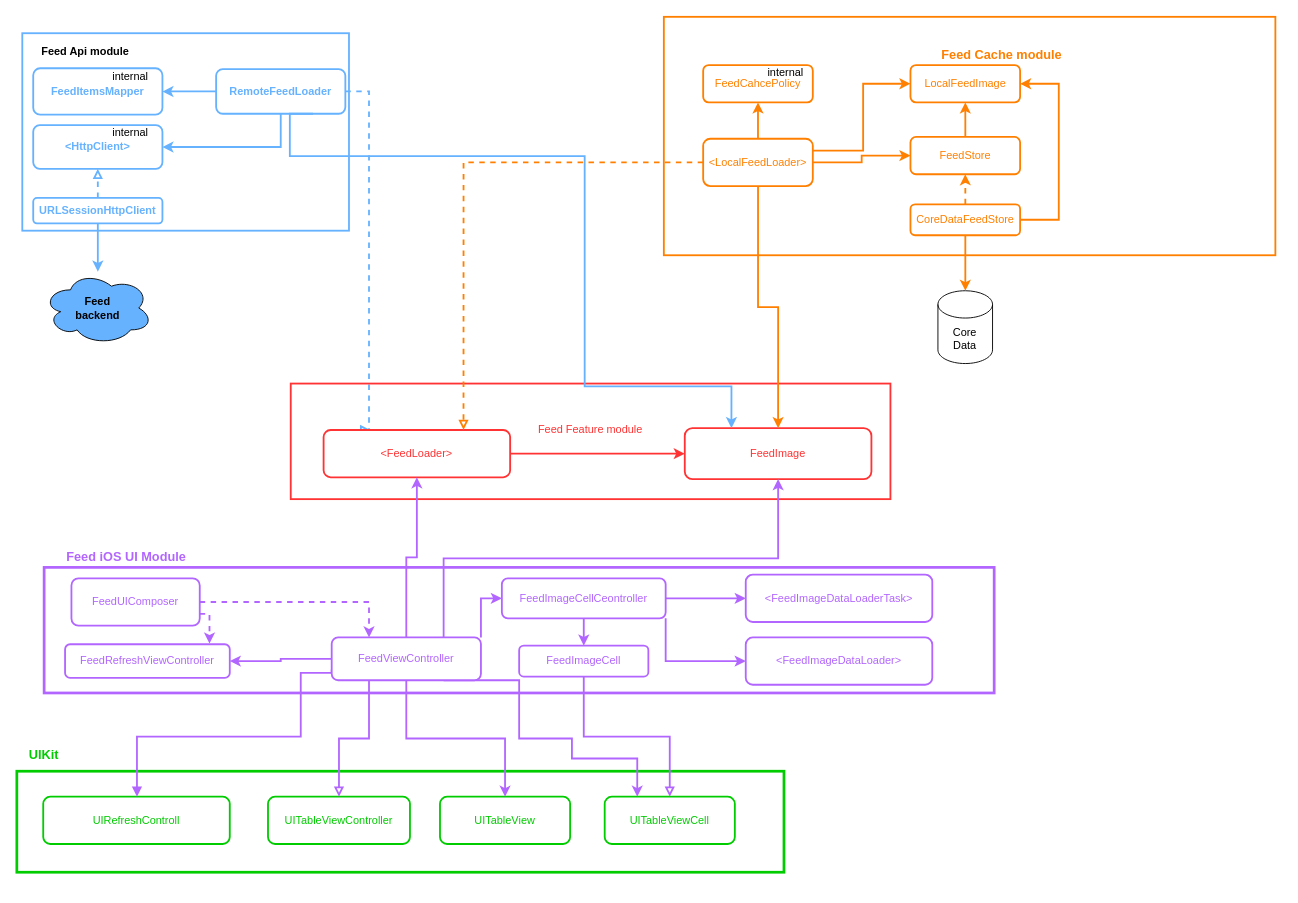
The draw.io diagram FeedAppDiagram.drawio in ispiryan/FeedApp, before the edit. Source tidied: cells renumbered, new cells numbered last; positions are measured from the earlier drawing's top-left corner, leaving out a move shared by most shapes. Both pictures are drawn from the tidied source at 91%, with x=0, y=0 at pixel (16, 16).
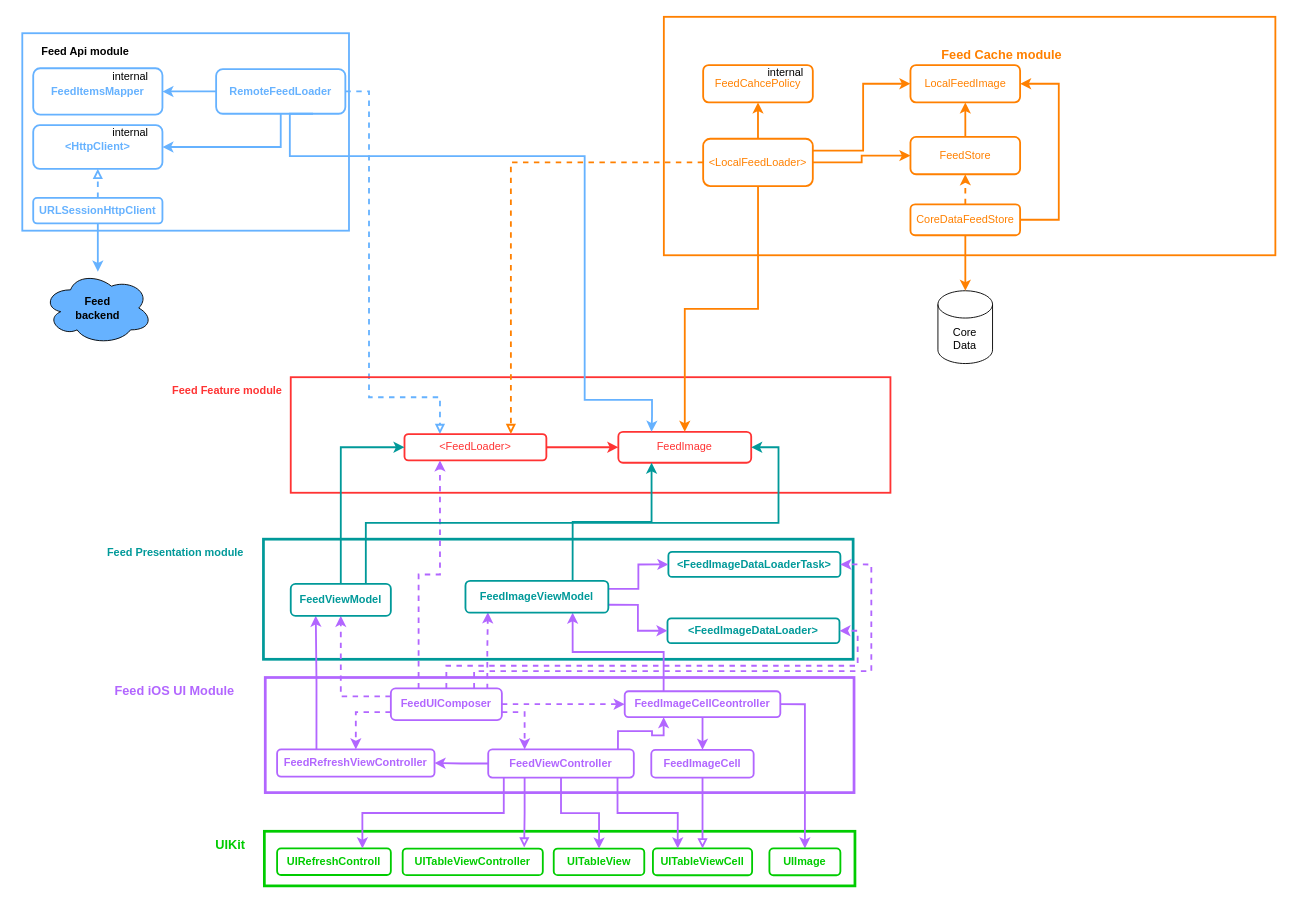
After the change.

Unchanged cells that the change refers to:
```xml
<mxCell id="7" value="RemoteFeedLoader" style="rounded=1;whiteSpace=wrap;html=1;strokeColor=#66B2FF;strokeWidth=2;fillColor=none;fontColor=#66B2FF;fontStyle=1;" parent="1" vertex="1">
  <mxGeometry x="219" y="57.5" width="142" height="49" as="geometry" />
</mxCell>
```

The edit, as a diff of the source:
```diff
@@
+    <mxCell id="72" style="rounded=0;whiteSpace=wrap;html=1;strokeColor=#009999;fontColor=#B266FF;fillColor=none;strokeWidth=3;" parent="1" vertex="1">
+      <mxGeometry x="271" y="574" width="648" height="132" as="geometry" />
+    </mxCell>
     <mxCell id="2" style="rounded=0;whiteSpace=wrap;html=1;strokeColor=#00CC00;strokeWidth=3;fontSize=14;fontColor=#00CC00;fillColor=none;" parent="1" vertex="1">
-      <mxGeometry y="829" width="843" height="111" as="geometry" />
+      <mxGeometry x="272" y="895" width="649" height="60" as="geometry" />
     </mxCell>
@@
-    <mxCell id="4" style="edgeStyle=orthogonalEdgeStyle;rounded=0;jettySize=auto;html=1;entryX=0.25;entryY=0;entryDx=0;entryDy=0;dashed=1;strokeWidth=2;strokeColor=#66B2FF;endArrow=block;endFill=0;fillColor=#f8cecc;" parent="1" edge="1" source="7" target="17">
+    <mxCell id="4" style="edgeStyle=orthogonalEdgeStyle;rounded=0;jettySize=auto;html=1;dashed=1;strokeWidth=2;strokeColor=#66B2FF;endArrow=block;endFill=0;fillColor=#f8cecc;entryX=0.25;entryY=0;entryDx=0;entryDy=0;" parent="1" edge="1" source="7" target="17">
       <mxGeometry relative="1" as="geometry">
         <Array as="points">
           <mxPoint x="387" y="82" />
+          <mxPoint x="387" y="418" />
+          <mxPoint x="465" y="418" />
         </Array>
       </mxGeometry>
     </mxCell>
@@
     <mxCell id="15" style="group;" parent="1" vertex="1">
-      <mxGeometry x="301" y="403" width="659" height="127" as="geometry" />
+      <mxGeometry x="301" y="396" width="659" height="127" as="geometry" />
     </mxCell>
@@
     <mxCell id="17" value="&amp;lt;FeedLoader&amp;gt;" style="rounded=1;whiteSpace=wrap;html=1;fontColor=#FF3333;strokeColor=#FF3333;strokeWidth=2;" parent="15" vertex="1">
-      <mxGeometry x="36.1" y="51" width="205" height="52" as="geometry" />
+      <mxGeometry x="125" y="62.5" width="155.9" height="29" as="geometry" />
     </mxCell>
     <mxCell id="18" value="FeedImage" style="rounded=1;whiteSpace=wrap;html=1;fontColor=#FF3333;strokeColor=#FF3333;strokeWidth=2;" parent="15" vertex="1">
-      <mxGeometry x="433" y="49" width="205.1" height="56" as="geometry" />
+      <mxGeometry x="360" y="60" width="146" height="34" as="geometry" />
     </mxCell>
@@
-    <mxCell id="20" value="Feed Feature module" style="text;html=1;strokeColor=none;fillColor=none;align=center;verticalAlign=middle;whiteSpace=wrap;rounded=0;fontColor=#FF3333;" parent="15" vertex="1">
-      <mxGeometry x="259.9" y="36" width="139.3" height="30" as="geometry" />
-    </mxCell>
@@
     <mxCell id="42" style="edgeStyle=orthogonalEdgeStyle;rounded=0;jettySize=auto;html=1;strokeWidth=2;strokeColor=#66B2FF;exitX=0.75;exitY=1;exitDx=0;exitDy=0;entryX=0.25;entryY=0;entryDx=0;entryDy=0;" parent="1" edge="1" source="7" target="18">
       <mxGeometry relative="1" as="geometry">
         <Array as="points">
           <mxPoint x="300" y="107" />
           <mxPoint x="300" y="153" />
           <mxPoint x="624" y="153" />
-          <mxPoint x="624" y="406" />
-          <mxPoint x="785" y="406" />
+          <mxPoint x="624" y="421" />
+          <mxPoint x="698" y="421" />
+          <mxPoint x="698" y="439" />
         </Array>
       </mxGeometry>
     </mxCell>
@@
-    <mxCell id="44" style="edgeStyle=orthogonalEdgeStyle;rounded=0;jettySize=auto;html=1;strokeColor=#B266FF;strokeWidth=2;fontColor=#B266FF;endArrow=classic;endFill=1;" parent="1" edge="1" source="61" target="17">
-      <mxGeometry relative="1" as="geometry" />
-    </mxCell>
-    <mxCell id="45" style="edgeStyle=orthogonalEdgeStyle;rounded=0;jettySize=auto;html=1;exitX=0.75;exitY=0;exitDx=0;exitDy=0;strokeColor=#B266FF;strokeWidth=2;fontColor=#B266FF;endArrow=classic;endFill=1;" parent="1" edge="1" source="61" target="18">
-      <mxGeometry relative="1" as="geometry" />
-    </mxCell>
-    <mxCell id="46" value="UIRefreshControll" style="rounded=1;whiteSpace=wrap;html=1;fontColor=#00CC00;strokeColor=#00CC00;strokeWidth=2;" parent="1" vertex="1">
-      <mxGeometry x="29" y="857" width="205" height="52" as="geometry" />
+    <mxCell id="46" value="UIRefreshControll" style="rounded=1;whiteSpace=wrap;html=1;fontColor=#00CC00;strokeColor=#00CC00;strokeWidth=2;fontStyle=1;" parent="1" vertex="1">
+      <mxGeometry x="286" y="913.8" width="125" height="29.2" as="geometry" />
     </mxCell>
-    <mxCell id="47" value="UITableViewController" style="rounded=1;whiteSpace=wrap;html=1;fontColor=#00CC00;strokeColor=#00CC00;strokeWidth=2;" parent="1" vertex="1">
-      <mxGeometry x="276" y="857" width="156" height="52" as="geometry" />
+    <mxCell id="47" value="UITableViewController" style="rounded=1;whiteSpace=wrap;html=1;fontColor=#00CC00;strokeColor=#00CC00;strokeWidth=2;fontStyle=1;" parent="1" vertex="1">
+      <mxGeometry x="424" y="914" width="154" height="29.2" as="geometry" />
     </mxCell>
-    <mxCell id="48" value="UITableView" style="rounded=1;whiteSpace=wrap;html=1;fontColor=#00CC00;strokeColor=#00CC00;strokeWidth=2;" parent="1" vertex="1">
-      <mxGeometry x="465" y="857" width="143" height="52" as="geometry" />
+    <mxCell id="48" value="UITableView" style="rounded=1;whiteSpace=wrap;html=1;fontColor=#00CC00;strokeColor=#00CC00;strokeWidth=2;fontStyle=1;" parent="1" vertex="1">
+      <mxGeometry x="590" y="914" width="99.5" height="29.2" as="geometry" />
     </mxCell>
-    <mxCell id="49" value="UITableViewCell" style="rounded=1;whiteSpace=wrap;html=1;fontColor=#00CC00;strokeColor=#00CC00;strokeWidth=2;" parent="1" vertex="1">
-      <mxGeometry x="646" y="857" width="143" height="52" as="geometry" />
+    <mxCell id="49" value="UITableViewCell" style="rounded=1;whiteSpace=wrap;html=1;fontColor=#00CC00;strokeColor=#00CC00;strokeWidth=2;fontStyle=1;" parent="1" vertex="1">
+      <mxGeometry x="699" y="913.8" width="109" height="29.5" as="geometry" />
     </mxCell>
@@
-    <mxCell id="52" style="edgeStyle=orthogonalEdgeStyle;rounded=0;jettySize=auto;html=1;exitX=0.25;exitY=1;exitDx=0;exitDy=0;strokeColor=#B266FF;strokeWidth=2;fontSize=14;fontColor=#00CC00;endArrow=block;endFill=0;" parent="1" edge="1" source="61" target="47">
+    <mxCell id="52" style="edgeStyle=orthogonalEdgeStyle;rounded=0;jettySize=auto;html=1;exitX=0.25;exitY=1;exitDx=0;exitDy=0;strokeColor=#B266FF;strokeWidth=2;fontSize=14;fontColor=#00CC00;endArrow=block;endFill=0;entryX=0.867;entryY=-0.041;entryDx=0;entryDy=0;entryPerimeter=0;" parent="1" edge="1" source="61" target="47">
       <mxGeometry relative="1" as="geometry" />
     </mxCell>
-    <mxCell id="53" style="edgeStyle=orthogonalEdgeStyle;rounded=0;jettySize=auto;html=1;exitX=0;exitY=0.75;exitDx=0;exitDy=0;strokeColor=#B266FF;strokeWidth=2;fontSize=14;fontColor=#00CC00;endArrow=block;endFill=1;" parent="1" edge="1" source="61" target="46">
-      <mxGeometry relative="1" as="geometry">
-        <Array as="points">
-          <mxPoint x="312" y="721" />
-          <mxPoint x="312" y="791" />
-          <mxPoint x="132" y="791" />
-        </Array>
-      </mxGeometry>
-    </mxCell>
     <mxCell id="54" value="UIKit" style="text;html=1;strokeColor=none;fillColor=none;align=center;verticalAlign=middle;whiteSpace=wrap;rounded=0;fontSize=14;fontColor=#00CC00;fontStyle=1;" parent="1" vertex="1">
-      <mxGeometry y="796" width="60" height="30" as="geometry" />
+      <mxGeometry x="205" y="895" width="60" height="30" as="geometry" />
     </mxCell>
     <mxCell id="55" style="rounded=0;whiteSpace=wrap;html=1;strokeColor=#B266FF;fontColor=#B266FF;fillColor=none;strokeWidth=3;" parent="1" vertex="1">
-      <mxGeometry x="30" y="605" width="1044" height="138" as="geometry" />
+      <mxGeometry x="273" y="726" width="647" height="126.5" as="geometry" />
     </mxCell>
-    <mxCell id="56" value="&lt;font&gt;&amp;lt;FeedImageDataLoaderTask&amp;gt;&lt;/font&gt;" style="rounded=1;whiteSpace=wrap;html=1;fontColor=#B266FF;strokeColor=#B266FF;strokeWidth=2;" parent="1" vertex="1">
-      <mxGeometry x="801" y="613" width="205" height="52" as="geometry" />
+    <mxCell id="56" value="&lt;font&gt;&amp;lt;FeedImageDataLoaderTask&amp;gt;&lt;/font&gt;" style="rounded=1;whiteSpace=wrap;html=1;fontColor=#009999;strokeColor=#009999;strokeWidth=2;fontStyle=1;" parent="1" vertex="1">
+      <mxGeometry x="716" y="588" width="189" height="27.5" as="geometry" />
     </mxCell>
-    <mxCell id="57" value="&lt;font&gt;&amp;lt;FeedImageDataLoader&amp;gt;&lt;/font&gt;" style="rounded=1;whiteSpace=wrap;html=1;fontColor=#B266FF;strokeColor=#B266FF;strokeWidth=2;" parent="1" vertex="1">
-      <mxGeometry x="801" y="682" width="205" height="52" as="geometry" />
+    <mxCell id="57" value="&lt;font&gt;&amp;lt;FeedImageDataLoader&amp;gt;&lt;/font&gt;" style="rounded=1;whiteSpace=wrap;html=1;fontColor=#009999;strokeColor=#009999;strokeWidth=2;fontStyle=1;" parent="1" vertex="1">
+      <mxGeometry x="715" y="661" width="189" height="27.2" as="geometry" />
     </mxCell>
-    <mxCell id="58" style="edgeStyle=orthogonalEdgeStyle;rounded=0;jettySize=auto;html=1;exitX=1;exitY=0;exitDx=0;exitDy=0;entryX=0;entryY=0.5;entryDx=0;entryDy=0;strokeColor=#B266FF;strokeWidth=2;" parent="1" edge="1" source="61" target="71">
-      <mxGeometry relative="1" as="geometry" />
-    </mxCell>
@@
-    <mxCell id="60" style="edgeStyle=orthogonalEdgeStyle;rounded=0;jettySize=auto;html=1;strokeColor=#B266FF;strokeWidth=2;exitX=0.75;exitY=1;exitDx=0;exitDy=0;entryX=0.25;entryY=0;entryDx=0;entryDy=0;" parent="1" edge="1" source="61" target="49">
-      <mxGeometry relative="1" as="geometry">
-        <Array as="points">
-          <mxPoint x="552" y="729" />
-          <mxPoint x="552" y="793" />
-          <mxPoint x="610" y="793" />
-          <mxPoint x="610" y="815" />
-          <mxPoint x="682" y="815" />
-        </Array>
-      </mxGeometry>
+    <mxCell id="60" style="edgeStyle=orthogonalEdgeStyle;rounded=0;jettySize=auto;html=1;entryX=0.25;entryY=0;entryDx=0;entryDy=0;strokeColor=#B266FF;strokeWidth=2;exitX=0.888;exitY=1.016;exitDx=0;exitDy=0;exitPerimeter=0;" parent="1" edge="1" source="61" target="49">
+      <mxGeometry relative="1" as="geometry" />
     </mxCell>
+    <mxCell id="58" style="edgeStyle=orthogonalEdgeStyle;rounded=0;jettySize=auto;html=1;entryX=0.25;entryY=1;entryDx=0;entryDy=0;strokeColor=#B266FF;strokeWidth=2;exitX=0.891;exitY=0.005;exitDx=0;exitDy=0;exitPerimeter=0;" parent="1" edge="1" source="61" target="71">
+      <mxGeometry relative="1" as="geometry" />
+    </mxCell>
+    <mxCell id="53" style="edgeStyle=orthogonalEdgeStyle;rounded=0;jettySize=auto;html=1;entryX=0.75;entryY=0;entryDx=0;entryDy=0;strokeColor=#B266FF;strokeWidth=2;exitX=0.107;exitY=0.993;exitDx=0;exitDy=0;exitPerimeter=0;" parent="1" edge="1" source="61" target="46">
+      <mxGeometry relative="1" as="geometry" />
+    </mxCell>
-    <mxCell id="61" value="&lt;font&gt;FeedViewController&lt;/font&gt;" style="rounded=1;whiteSpace=wrap;html=1;fontColor=#B266FF;strokeColor=#B266FF;strokeWidth=2;" parent="1" vertex="1">
-      <mxGeometry x="346" y="682" width="164" height="47" as="geometry" />
+    <mxCell id="61" value="&lt;font&gt;FeedViewController&lt;/font&gt;" style="rounded=1;whiteSpace=wrap;html=1;fontColor=#B266FF;strokeColor=#B266FF;strokeWidth=2;fontStyle=1;" parent="1" vertex="1">
+      <mxGeometry x="518" y="805" width="160" height="31" as="geometry" />
     </mxCell>
-    <mxCell id="62" value="&lt;font&gt;FeedImageCell&lt;/font&gt;" style="rounded=1;whiteSpace=wrap;html=1;fontColor=#B266FF;strokeColor=#B266FF;strokeWidth=2;" parent="1" vertex="1">
-      <mxGeometry x="552" y="691" width="142" height="34" as="geometry" />
+    <mxCell id="62" value="&lt;font&gt;FeedImageCell&lt;/font&gt;" style="rounded=1;whiteSpace=wrap;html=1;fontColor=#B266FF;strokeColor=#B266FF;strokeWidth=2;fontStyle=1;" parent="1" vertex="1">
+      <mxGeometry x="697.2" y="805.5" width="112.5" height="30.5" as="geometry" />
     </mxCell>
     <mxCell id="63" value="Feed iOS UI Module" style="text;html=1;strokeColor=none;fillColor=none;align=center;verticalAlign=middle;whiteSpace=wrap;rounded=0;fontColor=#B266FF;fontStyle=1;fontSize=14;" parent="1" vertex="1">
-      <mxGeometry x="35" y="577.5" width="171" height="30" as="geometry" />
+      <mxGeometry x="88" y="726" width="171" height="30" as="geometry" />
     </mxCell>
-    <mxCell id="64" style="edgeStyle=orthogonalEdgeStyle;rounded=0;jettySize=auto;html=1;entryX=0.25;entryY=0;entryDx=0;entryDy=0;strokeColor=#B266FF;strokeWidth=2;dashed=1;" parent="1" edge="1" source="66" target="61">
+    <mxCell id="64" style="edgeStyle=orthogonalEdgeStyle;rounded=0;jettySize=auto;html=1;entryX=0.25;entryY=0;entryDx=0;entryDy=0;strokeColor=#B266FF;strokeWidth=2;dashed=1;exitX=1;exitY=0.75;exitDx=0;exitDy=0;" parent="1" edge="1" source="66" target="61">
       <mxGeometry relative="1" as="geometry" />
     </mxCell>
-    <mxCell id="65" style="edgeStyle=orthogonalEdgeStyle;rounded=0;jettySize=auto;html=1;exitX=1;exitY=0.75;exitDx=0;exitDy=0;entryX=0.877;entryY=-0.02;entryDx=0;entryDy=0;entryPerimeter=0;dashed=1;strokeColor=#B266FF;strokeWidth=2;" parent="1" edge="1" source="66" target="67">
+    <mxCell id="65" style="edgeStyle=orthogonalEdgeStyle;rounded=0;jettySize=auto;html=1;exitX=0;exitY=0.75;exitDx=0;exitDy=0;entryX=0.5;entryY=0;entryDx=0;entryDy=0;dashed=1;strokeColor=#B266FF;strokeWidth=2;" parent="1" edge="1" source="66" target="67">
       <mxGeometry relative="1" as="geometry" />
     </mxCell>
+    <mxCell id="73" style="edgeStyle=orthogonalEdgeStyle;rounded=0;jettySize=auto;html=1;entryX=0.157;entryY=0.988;entryDx=0;entryDy=0;strokeColor=#B266FF;strokeWidth=2;fontColor=#009999;dashed=1;exitX=0.869;exitY=0.029;exitDx=0;exitDy=0;exitPerimeter=0;entryPerimeter=0;" parent="1" edge="1" source="66" target="86">
+      <mxGeometry relative="1" as="geometry" />
+    </mxCell>
+    <mxCell id="74" style="edgeStyle=orthogonalEdgeStyle;rounded=0;jettySize=auto;html=1;entryX=0;entryY=0.5;entryDx=0;entryDy=0;dashed=1;strokeColor=#B266FF;strokeWidth=2;fontColor=#009999;" parent="1" edge="1" source="66" target="71">
+      <mxGeometry relative="1" as="geometry" />
+    </mxCell>
+    <mxCell id="75" style="edgeStyle=orthogonalEdgeStyle;rounded=0;jettySize=auto;html=1;entryX=0.5;entryY=1;entryDx=0;entryDy=0;strokeColor=#B266FF;strokeWidth=2;fontColor=#009999;exitX=0;exitY=0.25;exitDx=0;exitDy=0;dashed=1;" parent="1" edge="1" source="66" target="89">
+      <mxGeometry relative="1" as="geometry" />
+    </mxCell>
+    <mxCell id="76" style="edgeStyle=orthogonalEdgeStyle;rounded=0;jettySize=auto;html=1;entryX=1;entryY=0.5;entryDx=0;entryDy=0;strokeColor=#B266FF;strokeWidth=2;fontColor=#009999;exitX=0.5;exitY=0;exitDx=0;exitDy=0;dashed=1;" parent="1" edge="1" source="66" target="57">
+      <mxGeometry relative="1" as="geometry" />
+    </mxCell>
+    <mxCell id="77" style="edgeStyle=orthogonalEdgeStyle;rounded=0;jettySize=auto;html=1;entryX=1;entryY=0.5;entryDx=0;entryDy=0;dashed=1;strokeColor=#B266FF;strokeWidth=2;fontColor=#009999;exitX=0.75;exitY=0;exitDx=0;exitDy=0;" parent="1" edge="1" source="66" target="56">
+      <mxGeometry relative="1" as="geometry">
+        <Array as="points">
+          <mxPoint x="503" y="719" />
+          <mxPoint x="939" y="719" />
+          <mxPoint x="939" y="602" />
+        </Array>
+      </mxGeometry>
+    </mxCell>
+    <mxCell id="78" style="edgeStyle=orthogonalEdgeStyle;rounded=0;jettySize=auto;html=1;entryX=0.25;entryY=1;entryDx=0;entryDy=0;strokeColor=#B266FF;strokeWidth=2;fontColor=#009999;dashed=1;exitX=0.25;exitY=0;exitDx=0;exitDy=0;" parent="1" edge="1" source="66" target="17">
+      <mxGeometry relative="1" as="geometry" />
+    </mxCell>
-    <mxCell id="66" value="&lt;font&gt;FeedUIComposer&lt;/font&gt;" style="rounded=1;whiteSpace=wrap;html=1;fontColor=#B266FF;strokeColor=#B266FF;strokeWidth=2;" parent="1" vertex="1">
-      <mxGeometry x="60" y="617" width="141" height="52" as="geometry" />
+    <mxCell id="66" value="&lt;font&gt;FeedUIComposer&lt;/font&gt;" style="rounded=1;whiteSpace=wrap;html=1;fontColor=#B266FF;strokeColor=#B266FF;strokeWidth=2;fontStyle=1;" parent="1" vertex="1">
+      <mxGeometry x="411" y="738" width="122" height="34.8" as="geometry" />
     </mxCell>
+    <mxCell id="79" style="edgeStyle=orthogonalEdgeStyle;rounded=0;jettySize=auto;html=1;entryX=0.25;entryY=1;entryDx=0;entryDy=0;strokeColor=#B266FF;strokeWidth=2;fontColor=#009999;exitX=0.25;exitY=0;exitDx=0;exitDy=0;" parent="1" edge="1" source="67" target="89">
+      <mxGeometry relative="1" as="geometry" />
+    </mxCell>
-    <mxCell id="67" value="FeedRefreshViewController" style="rounded=1;whiteSpace=wrap;html=1;fontColor=#B266FF;strokeColor=#B266FF;strokeWidth=2;" parent="1" vertex="1">
-      <mxGeometry x="53" y="689.5" width="181" height="37" as="geometry" />
+    <mxCell id="67" value="FeedRefreshViewController" style="rounded=1;whiteSpace=wrap;html=1;fontColor=#B266FF;strokeColor=#B266FF;strokeWidth=2;fontStyle=1;" parent="1" vertex="1">
+      <mxGeometry x="286" y="805" width="173" height="30" as="geometry" />
     </mxCell>
@@
-    <mxCell id="69" style="edgeStyle=orthogonalEdgeStyle;rounded=0;jettySize=auto;html=1;strokeColor=#B266FF;strokeWidth=2;" parent="1" edge="1" source="71" target="56">
-      <mxGeometry relative="1" as="geometry" />
-    </mxCell>
-    <mxCell id="70" style="edgeStyle=orthogonalEdgeStyle;rounded=0;jettySize=auto;html=1;exitX=1;exitY=1;exitDx=0;exitDy=0;entryX=0;entryY=0.5;entryDx=0;entryDy=0;strokeColor=#B266FF;strokeWidth=2;" parent="1" edge="1" source="71" target="57">
-      <mxGeometry relative="1" as="geometry" />
-    </mxCell>
+    <mxCell id="80" style="edgeStyle=orthogonalEdgeStyle;rounded=0;jettySize=auto;html=1;strokeColor=#B266FF;strokeWidth=2;exitX=1;exitY=0.5;exitDx=0;exitDy=0;" parent="1" edge="1" source="71" target="82">
+      <mxGeometry relative="1" as="geometry" />
+    </mxCell>
+    <mxCell id="81" style="edgeStyle=orthogonalEdgeStyle;rounded=0;jettySize=auto;html=1;entryX=0.75;entryY=1;entryDx=0;entryDy=0;strokeColor=#B266FF;strokeWidth=2;fontColor=#009999;exitX=0.25;exitY=0;exitDx=0;exitDy=0;" parent="1" edge="1" source="71" target="86">
+      <mxGeometry relative="1" as="geometry" />
+    </mxCell>
-    <mxCell id="71" value="&lt;font&gt;FeedImageCellCeontroller&lt;/font&gt;" style="rounded=1;whiteSpace=wrap;html=1;fontColor=#B266FF;strokeColor=#B266FF;strokeWidth=2;" parent="1" vertex="1">
-      <mxGeometry x="533" y="617" width="180" height="44" as="geometry" />
+    <mxCell id="71" value="&lt;font&gt;FeedImageCellCeontroller&lt;/font&gt;" style="rounded=1;whiteSpace=wrap;html=1;fontColor=#B266FF;strokeColor=#B266FF;strokeWidth=2;fontStyle=1;" parent="1" vertex="1">
+      <mxGeometry x="668" y="741.1" width="171" height="28.5" as="geometry" />
     </mxCell>
+    <mxCell id="82" value="UIImage" style="rounded=1;whiteSpace=wrap;html=1;fontColor=#00CC00;strokeColor=#00CC00;strokeWidth=2;fontStyle=1;" parent="1" vertex="1">
+      <mxGeometry x="827" y="913.8" width="78" height="29.5" as="geometry" />
+    </mxCell>
+    <mxCell id="83" style="edgeStyle=orthogonalEdgeStyle;rounded=0;jettySize=auto;html=1;entryX=0;entryY=0.5;entryDx=0;entryDy=0;strokeColor=#B266FF;strokeWidth=2;fontColor=#009999;exitX=1;exitY=0.25;exitDx=0;exitDy=0;" parent="1" edge="1" source="86" target="56">
+      <mxGeometry relative="1" as="geometry" />
+    </mxCell>
+    <mxCell id="84" style="edgeStyle=orthogonalEdgeStyle;rounded=0;jettySize=auto;html=1;entryX=0;entryY=0.5;entryDx=0;entryDy=0;strokeColor=#B266FF;strokeWidth=2;fontColor=#009999;exitX=1;exitY=0.75;exitDx=0;exitDy=0;" parent="1" edge="1" source="86" target="57">
+      <mxGeometry relative="1" as="geometry" />
+    </mxCell>
+    <mxCell id="85" style="edgeStyle=orthogonalEdgeStyle;rounded=0;jettySize=auto;html=1;entryX=0.25;entryY=1;entryDx=0;entryDy=0;strokeColor=#009999;strokeWidth=2;fontColor=#009999;exitX=0.75;exitY=0;exitDx=0;exitDy=0;" parent="1" edge="1" source="86" target="18">
+      <mxGeometry relative="1" as="geometry" />
+    </mxCell>
+    <mxCell id="86" value="&lt;font&gt;FeedImageViewModel&lt;/font&gt;" style="rounded=1;whiteSpace=wrap;html=1;fontColor=#009999;strokeColor=#009999;strokeWidth=2;fontStyle=1;" parent="1" vertex="1">
+      <mxGeometry x="493" y="619.8" width="157" height="35" as="geometry" />
+    </mxCell>
+    <mxCell id="87" style="edgeStyle=orthogonalEdgeStyle;rounded=0;jettySize=auto;html=1;strokeColor=#009999;strokeWidth=2;fontColor=#009999;exitX=0.75;exitY=0;exitDx=0;exitDy=0;" parent="1" edge="1" source="89" target="18">
+      <mxGeometry relative="1" as="geometry">
+        <Array as="points">
+          <mxPoint x="384" y="556" />
+          <mxPoint x="837" y="556" />
+        </Array>
+      </mxGeometry>
+    </mxCell>
+    <mxCell id="88" style="edgeStyle=orthogonalEdgeStyle;rounded=0;jettySize=auto;html=1;entryX=0;entryY=0.5;entryDx=0;entryDy=0;strokeColor=#009999;strokeWidth=2;fontColor=#009999;exitX=0.5;exitY=0;exitDx=0;exitDy=0;" parent="1" edge="1" source="89" target="17">
+      <mxGeometry relative="1" as="geometry" />
+    </mxCell>
+    <mxCell id="89" value="&lt;font&gt;FeedViewModel&lt;/font&gt;" style="rounded=1;whiteSpace=wrap;html=1;fontColor=#009999;strokeColor=#009999;strokeWidth=2;fontStyle=1;" parent="1" vertex="1">
+      <mxGeometry x="301" y="623.2" width="110" height="35" as="geometry" />
+    </mxCell>
+    <mxCell id="20" value="Feed Feature module" style="text;html=1;strokeColor=none;fillColor=none;align=center;verticalAlign=middle;whiteSpace=wrap;rounded=0;fontColor=#FF3333;fontStyle=1;" parent="1" vertex="1">
+      <mxGeometry x="161.7" y="396" width="139.3" height="30" as="geometry" />
+    </mxCell>
+    <mxCell id="90" value="Feed Presentation module" style="text;html=1;strokeColor=none;fillColor=none;align=center;verticalAlign=middle;whiteSpace=wrap;rounded=0;fontColor=#009999;fontStyle=1;" parent="1" vertex="1">
+      <mxGeometry x="90" y="574" width="169" height="30" as="geometry" />
+    </mxCell>
```
